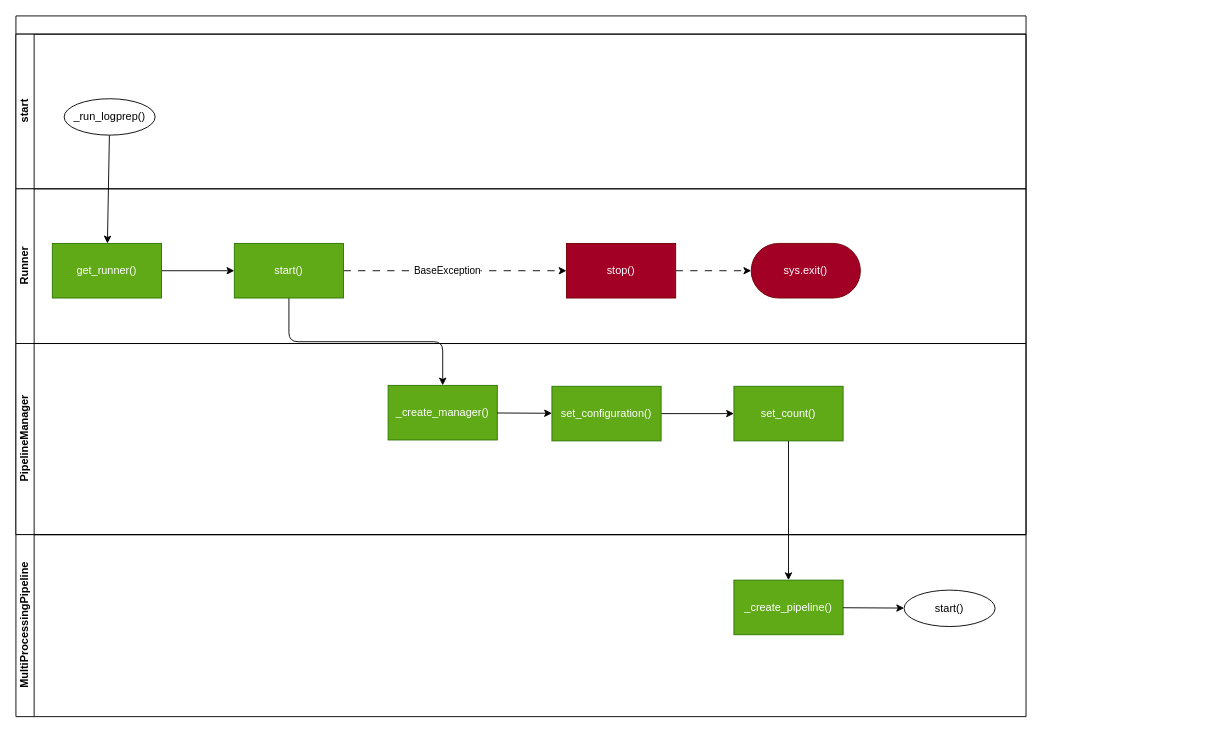
Before: doc/source/development/architecture/diagramms/logprep_start.drawio in fkie-cad/Logprep, a draw.io diagram. Source tidied: cells renumbered, new cells numbered last; positions are measured from the earlier drawing's top-left corner, leaving out a move shared by most shapes. Both pictures are drawn from the tidied source at 91%, with x=0, y=0 at pixel (15, 15).
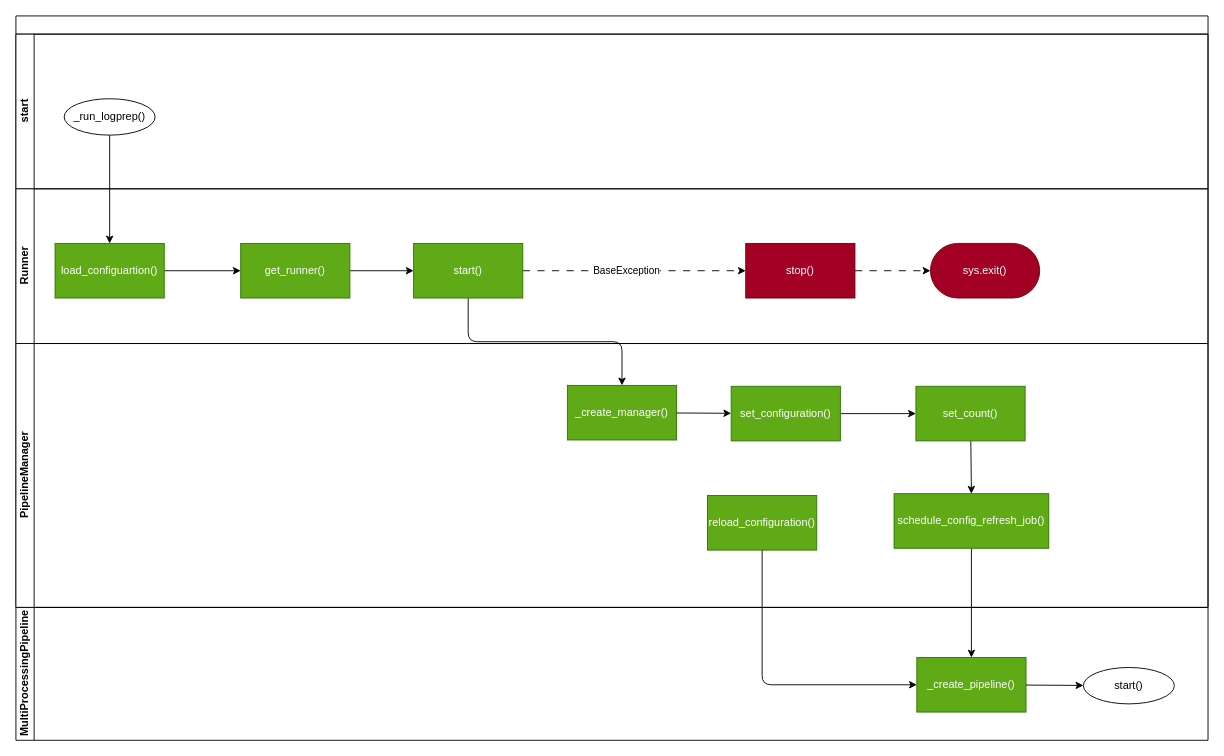
After the change.

Commit message (it also covers changes not shown here):
update diagramms pipeline and logprep_start

The change refers to these unchanged cells:
```xml
<mxCell id="24" value="_run_logprep()" style="ellipse;whiteSpace=wrap;html=1;align=center;" parent="1" vertex="1">
  <mxGeometry x="53" y="91" width="100" height="40" as="geometry" />
</mxCell>
```

Diff of the diagram source:
```diff
@@
     <mxCell id="2" style="swimlane;horizontal=1;startSize=20;html=1;" parent="1" vertex="1">
-      <mxGeometry width="1110" height="570" as="geometry" />
+      <mxGeometry width="1310" height="650" as="geometry" />
     </mxCell>
     <mxCell id="3" value="start" style="swimlane;startSize=20;horizontal=0;html=1;" parent="2" vertex="1">
-      <mxGeometry y="20" width="1110" height="170" as="geometry" />
+      <mxGeometry y="20" width="1310" height="170" as="geometry" />
     </mxCell>
     <mxCell id="4" value="Runner" style="swimlane;startSize=20;horizontal=0;html=1;" parent="2" vertex="1">
-      <mxGeometry y="190" width="1110" height="170" as="geometry" />
+      <mxGeometry y="190" width="1310" height="170" as="geometry" />
     </mxCell>
@@
     <mxCell id="6" value="get_runner()" style="whiteSpace=wrap;html=1;fillColor=#60a917;fontColor=#ffffff;strokeColor=#2D7600;" parent="4" vertex="1">
-      <mxGeometry x="40" y="60" width="120" height="60" as="geometry" />
+      <mxGeometry x="247" y="60" width="120" height="60" as="geometry" />
     </mxCell>
@@
     <mxCell id="10" value="start()" style="whiteSpace=wrap;html=1;fillColor=#60a917;fontColor=#ffffff;strokeColor=#2D7600;" parent="4" vertex="1">
-      <mxGeometry x="240" y="60" width="120" height="60" as="geometry" />
+      <mxGeometry x="437" y="60" width="120" height="60" as="geometry" />
     </mxCell>
     <mxCell id="11" value="_create_manager()" style="whiteSpace=wrap;html=1;fillColor=#60a917;fontColor=#ffffff;strokeColor=#2D7600;" parent="4" vertex="1">
-      <mxGeometry x="409" y="216" width="120" height="60" as="geometry" />
+      <mxGeometry x="606" y="216" width="120" height="60" as="geometry" />
     </mxCell>
@@
     <mxCell id="13" value="stop()" style="whiteSpace=wrap;html=1;fillColor=#a20025;fontColor=#ffffff;strokeColor=#6F0000;" parent="4" vertex="1">
-      <mxGeometry x="605" y="60" width="120" height="60" as="geometry" />
+      <mxGeometry x="802" y="60" width="120" height="60" as="geometry" />
     </mxCell>
     <mxCell id="14" value="sys.exit()" style="whiteSpace=wrap;html=1;fillColor=#a20025;fontColor=#ffffff;strokeColor=#6F0000;rounded=1;arcSize=50;" parent="4" vertex="1">
-      <mxGeometry x="808" y="60" width="120" height="60" as="geometry" />
+      <mxGeometry x="1005" y="60" width="120" height="60" as="geometry" />
     </mxCell>
+    <mxCell id="27" style="edgeStyle=none;html=1;" parent="4" edge="1" source="28" target="6">
+      <mxGeometry relative="1" as="geometry" />
+    </mxCell>
+    <mxCell id="28" value="load_configuartion()" style="rounded=0;whiteSpace=wrap;html=1;fillColor=#60a917;fontColor=#ffffff;strokeColor=#2D7600;" parent="4" vertex="1">
+      <mxGeometry x="43" y="60" width="120" height="60" as="geometry" />
+    </mxCell>
+    <mxCell id="21" style="edgeStyle=none;html=1;" parent="2" edge="1" source="11" target="17">
+      <mxGeometry relative="1" as="geometry" />
+    </mxCell>
     <mxCell id="15" value="PipelineManager" style="swimlane;startSize=20;horizontal=0;html=1;" parent="2" vertex="1">
-      <mxGeometry y="360" width="1110" height="210" as="geometry" />
+      <mxGeometry y="360" width="1310" height="290" as="geometry" />
     </mxCell>
@@
     <mxCell id="17" value="set_configuration()" style="whiteSpace=wrap;html=1;fillColor=#60a917;fontColor=#ffffff;strokeColor=#2D7600;" parent="15" vertex="1">
-      <mxGeometry x="589" y="47" width="120" height="60" as="geometry" />
+      <mxGeometry x="786" y="47" width="120" height="60" as="geometry" />
     </mxCell>
-    <mxCell id="18" style="edgeStyle=none;html=1;" parent="15" edge="1" source="19" target="20">
+    <mxCell id="18" style="edgeStyle=none;html=1;entryX=0.5;entryY=0;entryDx=0;entryDy=0;" parent="15" edge="1" source="19" target="30">
       <mxGeometry relative="1" as="geometry" />
     </mxCell>
     <mxCell id="19" value="set_count()" style="whiteSpace=wrap;html=1;fillColor=#60a917;fontColor=#ffffff;strokeColor=#2D7600;" parent="15" vertex="1">
-      <mxGeometry x="789" y="47" width="120" height="60" as="geometry" />
+      <mxGeometry x="989" y="47" width="120" height="60" as="geometry" />
     </mxCell>
     <mxCell id="20" value="_create_pipeline()" style="whiteSpace=wrap;html=1;fillColor=#60a917;fontColor=#ffffff;strokeColor=#2D7600;" parent="15" vertex="1">
-      <mxGeometry x="789" y="260" width="120" height="60" as="geometry" />
+      <mxGeometry x="990" y="345" width="120" height="60" as="geometry" />
     </mxCell>
-    <mxCell id="21" style="edgeStyle=none;html=1;" parent="2" edge="1" source="11" target="17">
-      <mxGeometry relative="1" as="geometry" />
-    </mxCell>
+    <mxCell id="29" style="edgeStyle=none;html=1;" parent="15" edge="1" source="30" target="20">
+      <mxGeometry relative="1" as="geometry" />
+    </mxCell>
+    <mxCell id="30" value="schedule_config_refresh_job()" style="rounded=0;whiteSpace=wrap;html=1;fillColor=#60a917;fontColor=#ffffff;strokeColor=#2D7600;" parent="15" vertex="1">
+      <mxGeometry x="965" y="165" width="170" height="60" as="geometry" />
+    </mxCell>
+    <mxCell id="31" value="reload_configuration()" style="rounded=0;whiteSpace=wrap;html=1;fillColor=#60a917;fontColor=#ffffff;strokeColor=#2D7600;" parent="15" vertex="1">
+      <mxGeometry x="760" y="167" width="120" height="60" as="geometry" />
+    </mxCell>
+    <mxCell id="32" style="edgeStyle=orthogonalEdgeStyle;html=1;exitX=0.5;exitY=1;exitDx=0;exitDy=0;entryX=0;entryY=0.5;entryDx=0;entryDy=0;" parent="15" edge="1" source="31" target="20">
+      <mxGeometry relative="1" as="geometry" />
+    </mxCell>
     <mxCell id="22" value="MultiProcessingPipeline" style="swimlane;startSize=20;horizontal=0;html=1;" parent="1" vertex="1">
-      <mxGeometry y="570" width="1110" height="200" as="geometry" />
+      <mxGeometry y="650" width="1310" height="146" as="geometry" />
     </mxCell>
-    <mxCell id="23" style="edgeStyle=none;html=1;" parent="1" edge="1" source="24" target="6">
+    <mxCell id="23" style="edgeStyle=none;html=1;" parent="1" edge="1" source="24" target="28">
       <mxGeometry relative="1" as="geometry" />
     </mxCell>
@@
     <mxCell id="25" value="start()" style="ellipse;whiteSpace=wrap;html=1;align=center;" parent="1" vertex="1">
-      <mxGeometry x="976" y="631" width="100" height="40" as="geometry" />
+      <mxGeometry x="1173" y="716" width="100" height="40" as="geometry" />
     </mxCell>
```
